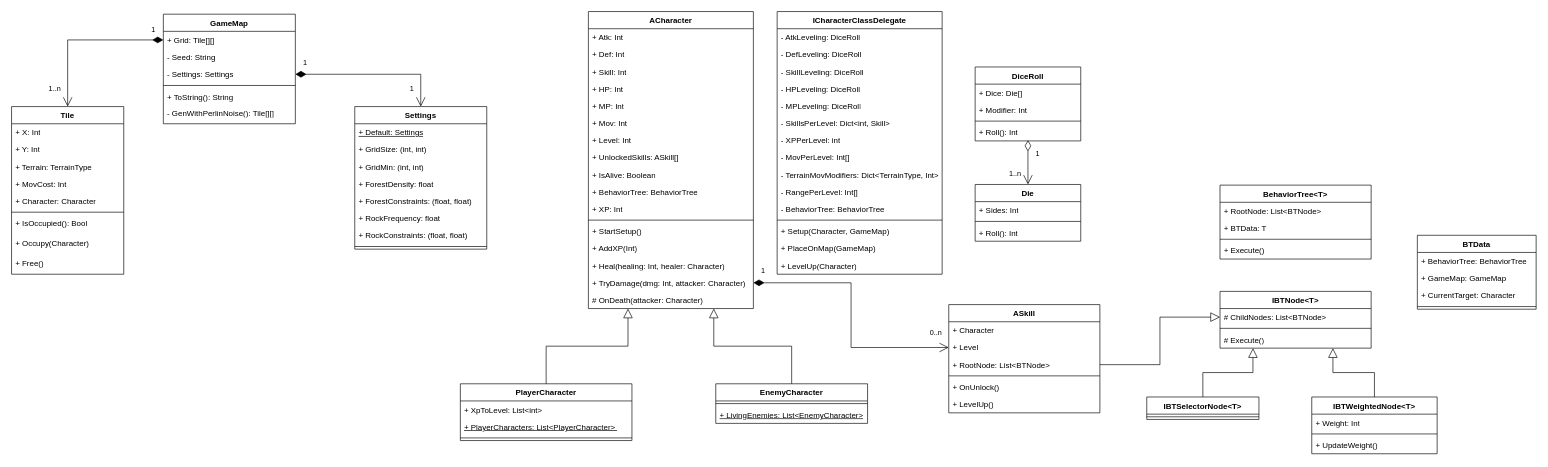
The draw.io diagram AutoBattleRPG.drawio in AbnerSantos/auto-battle-rpg, before the edit. Source tidied: cells renumbered, new cells numbered last; positions are measured from the earlier drawing's top-left corner, leaving out a move shared by most shapes. Both pictures are drawn from the tidied source at 66%, with x=0, y=0 at pixel (11, 11).
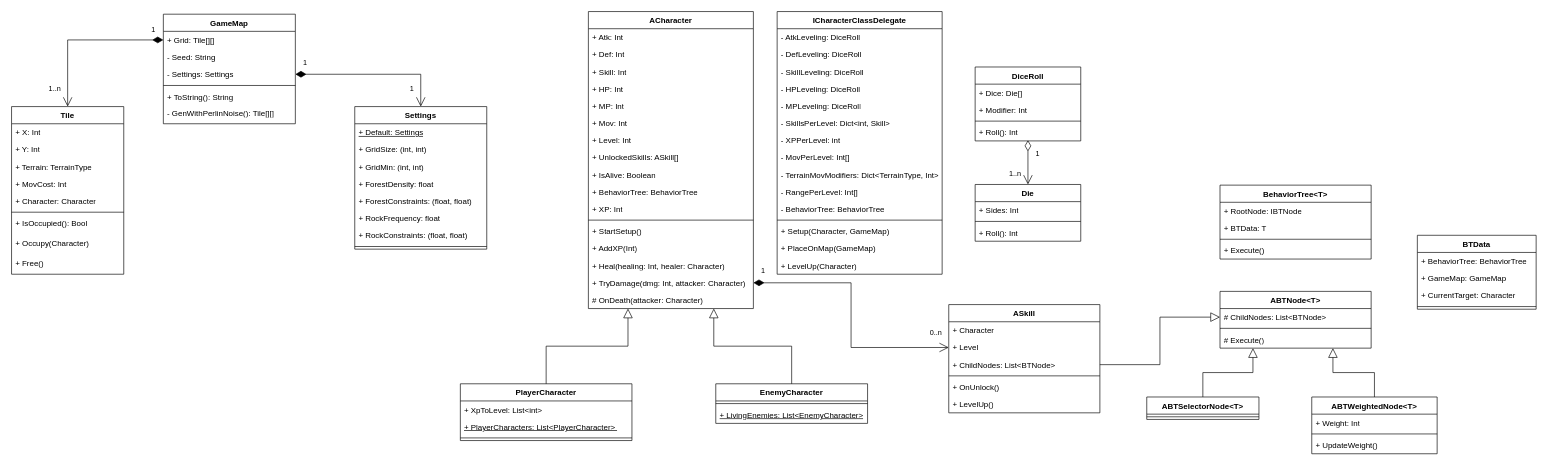
After the change.

Unchanged cells that the change refers to:
```xml
<mxCell id="96" value="BehaviorTree&amp;lt;T&amp;gt;" style="swimlane;fontStyle=1;align=center;verticalAlign=top;horizontal=1;startSize=26;whiteSpace=wrap;html=1;" parent="1" vertex="1">
  <mxGeometry x="1831" y="263" width="229" height="112" as="geometry" />
</mxCell>
<mxCell id="107" value="ASkill" style="swimlane;fontStyle=1;align=center;verticalAlign=top;horizontal=1;startSize=26;whiteSpace=wrap;html=1;" parent="1" vertex="1">
  <mxGeometry x="1420" y="444" width="229" height="164" as="geometry" />
</mxCell>
```

The edit, as a diff of the source:
```diff
@@
-    <mxCell id="89" value="IBTNode&amp;lt;T&amp;gt;" style="swimlane;fontStyle=1;align=center;verticalAlign=top;horizontal=1;startSize=26;whiteSpace=wrap;html=1;" parent="1" vertex="1">
+    <mxCell id="89" value="ABTNode&amp;lt;T&amp;gt;" style="swimlane;fontStyle=1;align=center;verticalAlign=top;horizontal=1;startSize=26;whiteSpace=wrap;html=1;" parent="1" vertex="1">
       <mxGeometry x="1831" y="424" width="229" height="86" as="geometry" />
     </mxCell>
@@
-    <mxCell id="94" value="IBTSelectorNode&amp;lt;T&amp;gt;" style="swimlane;fontStyle=1;align=center;verticalAlign=top;horizontal=1;startSize=26;whiteSpace=wrap;html=1;" parent="1" vertex="1">
+    <mxCell id="94" value="ABTSelectorNode&amp;lt;T&amp;gt;" style="swimlane;fontStyle=1;align=center;verticalAlign=top;horizontal=1;startSize=26;whiteSpace=wrap;html=1;" parent="1" vertex="1">
       <mxGeometry x="1720" y="584" width="170" height="34" as="geometry" />
     </mxCell>
@@
-    <mxCell id="97" value="+ RootNode: List&amp;lt;BTNode&amp;gt;" style="text;strokeColor=none;fillColor=none;align=left;verticalAlign=top;spacingLeft=4;spacingRight=4;overflow=hidden;whiteSpace=wrap;html=1;" parent="96" vertex="1">
+    <mxCell id="97" value="+ RootNode: IBTNode" style="text;strokeColor=none;fillColor=none;align=left;verticalAlign=top;spacingLeft=4;spacingRight=4;overflow=hidden;whiteSpace=wrap;html=1;" parent="96" vertex="1">
       <mxGeometry y="26" width="229" height="26" as="geometry" />
     </mxCell>
@@
-    <mxCell id="101" value="IBTWeightedNode&amp;lt;T&amp;gt;" style="swimlane;fontStyle=1;align=center;verticalAlign=top;horizontal=1;startSize=26;whiteSpace=wrap;html=1;" parent="1" vertex="1">
+    <mxCell id="101" value="ABTWeightedNode&amp;lt;T&amp;gt;" style="swimlane;fontStyle=1;align=center;verticalAlign=top;horizontal=1;startSize=26;whiteSpace=wrap;html=1;" parent="1" vertex="1">
       <mxGeometry x="1970" y="584" width="190" height="86" as="geometry" />
     </mxCell>
@@
-    <mxCell id="110" value="+ RootNode: List&amp;lt;BTNode&amp;gt;" style="text;strokeColor=none;fillColor=none;align=left;verticalAlign=top;spacingLeft=4;spacingRight=4;overflow=hidden;points=[[0,0.5],[1,0.5]];portConstraint=eastwest;whiteSpace=wrap;html=1;" parent="107" vertex="1">
+    <mxCell id="110" value="+ ChildNodes: List&amp;lt;BTNode&amp;gt;" style="text;strokeColor=none;fillColor=none;align=left;verticalAlign=top;spacingLeft=4;spacingRight=4;overflow=hidden;points=[[0,0.5],[1,0.5]];portConstraint=eastwest;whiteSpace=wrap;html=1;" parent="107" vertex="1">
       <mxGeometry y="78" width="229" height="26" as="geometry" />
     </mxCell>
```
